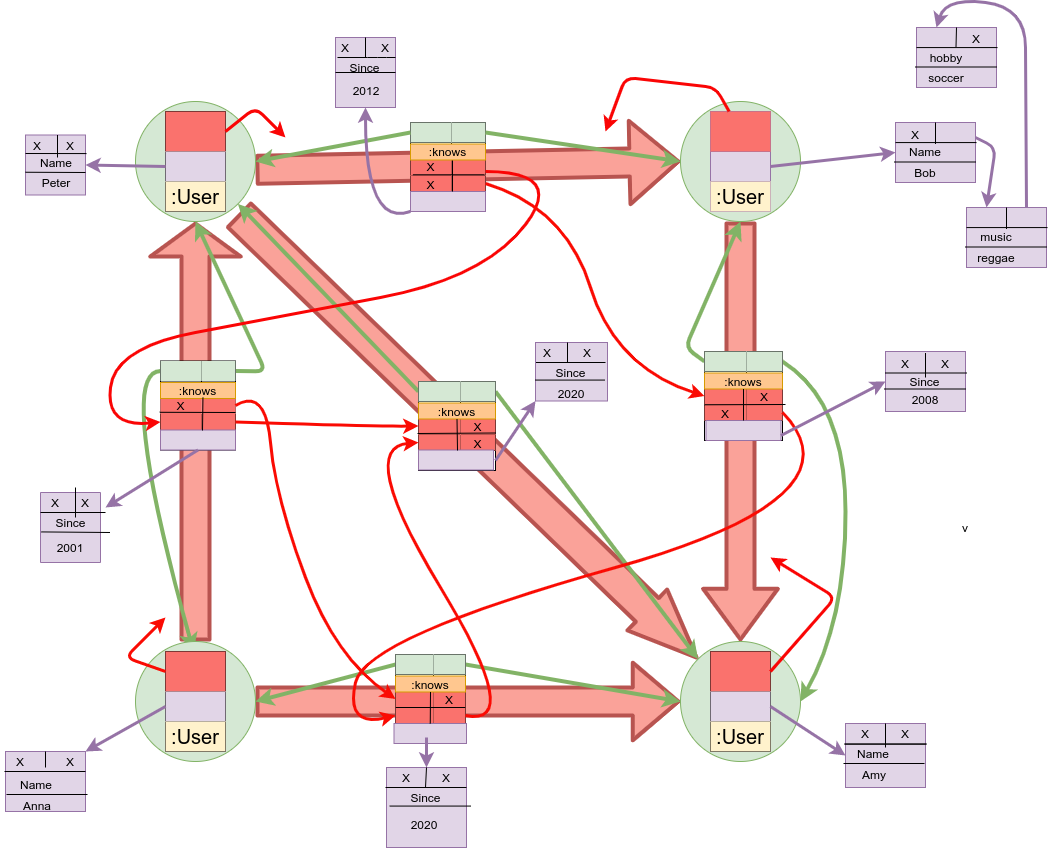
SomeUserName1/master keeps this draw.io diagram as doc/neo4jstorage/img/04_example/example_structs.png. Above is the earlier version. Source tidied: cells renumbered, new cells last; positions are measured from the earlier drawing's top-left corner, leaving out a move shared by most shapes.
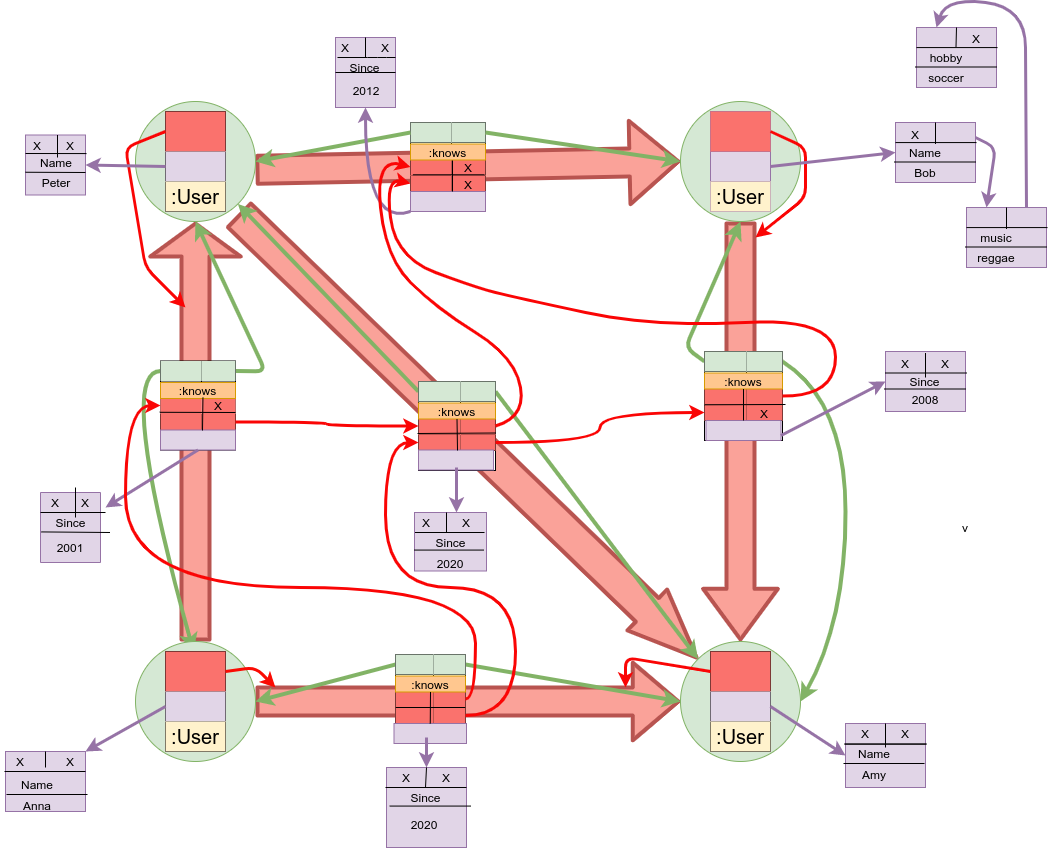
After the change.

What changed in the source:
```diff
@@ -48,6 +48,6 @@
     </mxCell>
-    <mxCell id="16" value="X" style="shape=partialRectangle;html=1;whiteSpace=wrap;top=0;left=0;bottom=0;right=0;overflow=hidden;strokeColor=#b85450;fillColor=#FA726D;" parent="15" vertex="1">
+    <mxCell id="16" style="shape=partialRectangle;html=1;whiteSpace=wrap;top=0;left=0;bottom=0;right=0;overflow=hidden;strokeColor=#b85450;fillColor=#FA726D;" parent="15" vertex="1">
       <mxGeometry width="41" height="17" as="geometry" />
     </mxCell>
-    <mxCell id="17" style="shape=partialRectangle;html=1;whiteSpace=wrap;top=0;left=0;bottom=0;right=0;overflow=hidden;strokeColor=#b85450;fillColor=#FA726D;" parent="15" vertex="1">
+    <mxCell id="17" value="X" style="shape=partialRectangle;html=1;whiteSpace=wrap;top=0;left=0;bottom=0;right=0;overflow=hidden;strokeColor=#b85450;fillColor=#FA726D;" parent="15" vertex="1">
       <mxGeometry x="41" width="34" height="17" as="geometry" />
@@ -57,6 +57,6 @@
     </mxCell>
-    <mxCell id="19" value="X" style="shape=partialRectangle;html=1;whiteSpace=wrap;top=0;left=0;bottom=0;right=0;overflow=hidden;strokeColor=#b85450;fillColor=#FA726D;" parent="18" vertex="1">
+    <mxCell id="19" style="shape=partialRectangle;html=1;whiteSpace=wrap;top=0;left=0;bottom=0;right=0;overflow=hidden;strokeColor=#b85450;fillColor=#FA726D;" parent="18" vertex="1">
       <mxGeometry width="41" height="16" as="geometry" />
     </mxCell>
-    <mxCell id="20" style="shape=partialRectangle;html=1;whiteSpace=wrap;top=0;left=0;bottom=0;right=0;overflow=hidden;strokeColor=#b85450;fillColor=#FA726D;" parent="18" vertex="1">
+    <mxCell id="20" value="X" style="shape=partialRectangle;html=1;whiteSpace=wrap;top=0;left=0;bottom=0;right=0;overflow=hidden;strokeColor=#b85450;fillColor=#FA726D;" parent="18" vertex="1">
       <mxGeometry x="41" width="34" height="16" as="geometry" />
@@ -246,3 +246,3 @@
     </mxCell>
-    <mxCell id="76" value="X" style="shape=partialRectangle;html=1;whiteSpace=wrap;top=0;left=0;bottom=0;right=0;overflow=hidden;strokeColor=#b85450;fillColor=#FA726D;" parent="74" vertex="1">
+    <mxCell id="76" style="shape=partialRectangle;html=1;whiteSpace=wrap;top=0;left=0;bottom=0;right=0;overflow=hidden;strokeColor=#b85450;fillColor=#FA726D;" parent="74" vertex="1">
       <mxGeometry x="42" width="36" height="17" as="geometry" />
@@ -252,6 +252,6 @@
     </mxCell>
-    <mxCell id="78" value="X" style="shape=partialRectangle;html=1;whiteSpace=wrap;top=0;left=0;bottom=0;right=0;overflow=hidden;strokeColor=#b85450;fillColor=#FA726D;" parent="77" vertex="1">
+    <mxCell id="78" style="shape=partialRectangle;html=1;whiteSpace=wrap;top=0;left=0;bottom=0;right=0;overflow=hidden;strokeColor=#b85450;fillColor=#FA726D;" parent="77" vertex="1">
       <mxGeometry width="42" height="16" as="geometry" />
     </mxCell>
-    <mxCell id="79" style="shape=partialRectangle;html=1;whiteSpace=wrap;top=0;left=0;bottom=0;right=0;overflow=hidden;strokeColor=#b85450;fillColor=#FA726D;" parent="77" vertex="1">
+    <mxCell id="79" value="X" style="shape=partialRectangle;html=1;whiteSpace=wrap;top=0;left=0;bottom=0;right=0;overflow=hidden;strokeColor=#b85450;fillColor=#FA726D;" parent="77" vertex="1">
       <mxGeometry x="42" width="36" height="16" as="geometry" />
@@ -297,3 +297,3 @@
     </mxCell>
-    <mxCell id="93" value="X" style="shape=partialRectangle;html=1;whiteSpace=wrap;top=0;left=0;bottom=0;right=0;overflow=hidden;strokeColor=#b85450;fillColor=#FA726D;" parent="91" vertex="1">
+    <mxCell id="93" style="shape=partialRectangle;html=1;whiteSpace=wrap;top=0;left=0;bottom=0;right=0;overflow=hidden;strokeColor=#b85450;fillColor=#FA726D;" parent="91" vertex="1">
       <mxGeometry x="38" width="32" height="17" as="geometry" />
@@ -348,3 +348,3 @@
     </mxCell>
-    <mxCell id="110" value="X" style="shape=partialRectangle;html=1;whiteSpace=wrap;top=0;left=0;bottom=0;right=0;overflow=hidden;strokeColor=#b85450;fillColor=#FA726D;" parent="108" vertex="1">
+    <mxCell id="110" style="shape=partialRectangle;html=1;whiteSpace=wrap;top=0;left=0;bottom=0;right=0;overflow=hidden;strokeColor=#b85450;fillColor=#FA726D;" parent="108" vertex="1">
       <mxGeometry x="42" width="35" height="17" as="geometry" />
@@ -357,3 +357,3 @@
     </mxCell>
-    <mxCell id="113" value="X" style="shape=partialRectangle;html=1;whiteSpace=wrap;top=0;left=0;bottom=0;right=0;overflow=hidden;strokeColor=#b85450;fillColor=#FA726D;" parent="111" vertex="1">
+    <mxCell id="113" style="shape=partialRectangle;html=1;whiteSpace=wrap;top=0;left=0;bottom=0;right=0;overflow=hidden;strokeColor=#b85450;fillColor=#FA726D;" parent="111" vertex="1">
       <mxGeometry x="42" width="35" height="16" as="geometry" />
@@ -396,6 +396,6 @@
     </mxCell>
-    <mxCell id="126" value="X" style="shape=partialRectangle;html=1;whiteSpace=wrap;top=0;left=0;bottom=0;right=0;overflow=hidden;strokeColor=#b85450;fillColor=#FA726D;" parent="125" vertex="1">
+    <mxCell id="126" style="shape=partialRectangle;html=1;whiteSpace=wrap;top=0;left=0;bottom=0;right=0;overflow=hidden;strokeColor=#b85450;fillColor=#FA726D;" parent="125" vertex="1">
       <mxGeometry width="41" height="17" as="geometry" />
     </mxCell>
-    <mxCell id="127" style="shape=partialRectangle;html=1;whiteSpace=wrap;top=0;left=0;bottom=0;right=0;overflow=hidden;fillColor=#FA726D;" parent="125" vertex="1">
+    <mxCell id="127" value="X" style="shape=partialRectangle;html=1;whiteSpace=wrap;top=0;left=0;bottom=0;right=0;overflow=hidden;fillColor=#FA726D;" parent="125" vertex="1">
       <mxGeometry x="41" width="34" height="17" as="geometry" />
@@ -423,7 +423,8 @@
     </mxCell>
-    <mxCell id="135" style="endArrow=classic;html=1;strokeWidth=3;fillColor=#FAA299;gradientColor=#ffffff;exitX=1;exitY=0.5;exitDx=0;exitDy=0;strokeColor=#FA0505;" parent="1" edge="1" source="26">
+    <mxCell id="135" style="endArrow=classic;html=1;strokeWidth=3;fillColor=#FAA299;gradientColor=#ffffff;exitX=0;exitY=0.5;exitDx=0;exitDy=0;strokeColor=#FA0505;" parent="1" edge="1" source="26">
       <mxGeometry relative="1" as="geometry">
-        <mxPoint x="285" y="140" as="targetPoint" />
+        <mxPoint x="185" y="310" as="targetPoint" />
         <Array as="points">
-          <mxPoint x="255" y="110" />
+          <mxPoint x="125" y="150" />
+          <mxPoint x="145" y="270" />
         </Array>
@@ -431,8 +432,8 @@
     </mxCell>
-    <mxCell id="136" style="endArrow=classic;html=1;strokeWidth=3;fillColor=#FAA299;gradientColor=#ffffff;strokeColor=#FA0505;" parent="1" edge="1" source="60">
+    <mxCell id="136" style="endArrow=classic;html=1;strokeWidth=3;fillColor=#FAA299;gradientColor=#ffffff;strokeColor=#FA0505;exitX=1;exitY=0.5;exitDx=0;exitDy=0;" parent="1" edge="1" source="60">
       <mxGeometry relative="1" as="geometry">
-        <mxPoint x="605" y="134" as="targetPoint" />
+        <mxPoint x="755" y="240" as="targetPoint" />
         <Array as="points">
-          <mxPoint x="715" y="90" />
-          <mxPoint x="625" y="80" />
+          <mxPoint x="805" y="150" />
+          <mxPoint x="805" y="200" />
         </Array>
@@ -455,7 +456,7 @@
     </mxCell>
-    <mxCell id="142" style="endArrow=classic;html=1;strokeWidth=3;fillColor=#FAA299;gradientColor=#ffffff;exitX=1;exitY=0.5;exitDx=0;exitDy=0;strokeColor=#FA0505;" parent="1" edge="1" source="52">
+    <mxCell id="142" style="endArrow=classic;html=1;strokeWidth=3;fillColor=#FAA299;gradientColor=#ffffff;exitX=0;exitY=0.5;exitDx=0;exitDy=0;strokeColor=#FA0505;" parent="1" edge="1" source="52">
       <mxGeometry relative="1" as="geometry">
-        <mxPoint x="770" y="560" as="targetPoint" />
+        <mxPoint x="625" y="690" as="targetPoint" />
         <Array as="points">
-          <mxPoint x="835" y="600" />
+          <mxPoint x="625" y="660" />
         </Array>
@@ -463,7 +464,7 @@
     </mxCell>
-    <mxCell id="143" style="endArrow=classic;html=1;strokeWidth=3;fillColor=#FAA299;gradientColor=#ffffff;exitX=0;exitY=0.5;exitDx=0;exitDy=0;strokeColor=#FA0B03;" parent="1" edge="1" source="44">
+    <mxCell id="143" style="endArrow=classic;html=1;strokeWidth=3;fillColor=#FAA299;gradientColor=#ffffff;exitX=1;exitY=0.5;exitDx=0;exitDy=0;strokeColor=#FA0B03;" parent="1" edge="1" source="44">
       <mxGeometry relative="1" as="geometry">
-        <mxPoint x="165" y="620" as="targetPoint" />
+        <mxPoint x="275" y="690" as="targetPoint" />
         <Array as="points">
-          <mxPoint x="125" y="660" />
+          <mxPoint x="255" y="670" />
         </Array>
@@ -471,14 +472,2 @@
     </mxCell>
-    <mxCell id="144" style="curved=1;endArrow=classic;html=1;strokeWidth=3;fillColor=#FAA299;gradientColor=#ffffff;entryX=0;entryY=0.5;entryDx=0;entryDy=0;strokeColor=#FA0505;" parent="1" edge="1" target="128">
-      <mxGeometry relative="1" as="geometry">
-        <mxPoint x="485" y="174" as="sourcePoint" />
-        <Array as="points">
-          <mxPoint x="565" y="174" />
-          <mxPoint x="485" y="280" />
-          <mxPoint x="275" y="320" />
-          <mxPoint x="115" y="350" />
-          <mxPoint x="105" y="430" />
-        </Array>
-      </mxGeometry>
-    </mxCell>
     <mxCell id="145" style="endArrow=none;html=1;strokeWidth=1;fillColor=#FAA299;gradientColor=#ffffff;exitX=0.032;exitY=-0.045;exitDx=0;exitDy=0;exitPerimeter=0;" parent="1" edge="1">
@@ -529,43 +518,2 @@
     </mxCell>
-    <mxCell id="154" style="curved=1;endArrow=classic;html=1;strokeColor=#FA0B03;strokeWidth=3;fillColor=#FAA299;gradientColor=#ffffff;exitX=1;exitY=0.5;exitDx=0;exitDy=0;entryX=0;entryY=0.5;entryDx=0;entryDy=0;" parent="1" edge="1" source="128" target="108">
-      <mxGeometry relative="1" as="geometry">
-        <Array as="points">
-          <mxPoint x="375" y="429" />
-        </Array>
-      </mxGeometry>
-    </mxCell>
-    <mxCell id="155" style="curved=1;endArrow=classic;html=1;strokeColor=#FA0B03;strokeWidth=3;fillColor=#FAA299;gradientColor=#ffffff;exitX=1;exitY=0.5;exitDx=0;exitDy=0;entryX=0;entryY=0.5;entryDx=0;entryDy=0;" parent="1" edge="1" source="18" target="74">
-      <mxGeometry relative="1" as="geometry">
-        <Array as="points">
-          <mxPoint x="565" y="210" />
-          <mxPoint x="615" y="370" />
-        </Array>
-      </mxGeometry>
-    </mxCell>
-    <mxCell id="156" style="curved=1;endArrow=classic;html=1;strokeColor=#FA0B03;strokeWidth=3;fillColor=#FAA299;gradientColor=#ffffff;entryX=0;entryY=0.5;entryDx=0;entryDy=0;exitX=1;exitY=0.5;exitDx=0;exitDy=0;" parent="1" edge="1" source="77" target="94">
-      <mxGeometry relative="1" as="geometry">
-        <Array as="points">
-          <mxPoint x="865" y="500" />
-          <mxPoint x="365" y="640" />
-          <mxPoint x="345" y="730" />
-        </Array>
-      </mxGeometry>
-    </mxCell>
-    <mxCell id="157" style="curved=1;endArrow=classic;html=1;strokeColor=#FA0B03;strokeWidth=3;fillColor=#FAA299;gradientColor=#ffffff;exitX=1;exitY=0.5;exitDx=0;exitDy=0;entryX=0;entryY=0.5;entryDx=0;entryDy=0;" parent="1" edge="1" source="94" target="111">
-      <mxGeometry relative="1" as="geometry">
-        <Array as="points">
-          <mxPoint x="525" y="730" />
-          <mxPoint x="355" y="450" />
-        </Array>
-      </mxGeometry>
-    </mxCell>
-    <mxCell id="158" style="curved=1;endArrow=classic;html=1;strokeColor=#FA0B03;strokeWidth=3;fillColor=#FAA299;gradientColor=#ffffff;exitX=1;exitY=0.5;exitDx=0;exitDy=0;entryX=0;entryY=0.5;entryDx=0;entryDy=0;" parent="1" edge="1" source="125" target="91">
-      <mxGeometry relative="1" as="geometry">
-        <Array as="points">
-          <mxPoint x="265" y="390" />
-          <mxPoint x="275" y="500" />
-          <mxPoint x="335" y="660" />
-        </Array>
-      </mxGeometry>
-    </mxCell>
     <mxCell id="159" style="rounded=0;whiteSpace=wrap;html=1;shadow=0;sketch=0;strokeColor=#9673a6;strokeWidth=1;fillColor=#e1d5e7;" parent="1" vertex="1">
@@ -592,3 +540,3 @@
     <mxCell id="166" style="rounded=0;whiteSpace=wrap;html=1;shadow=0;sketch=0;strokeColor=#9673a6;strokeWidth=1;fillColor=#e1d5e7;" parent="1" vertex="1">
-      <mxGeometry x="535" y="345" width="72" height="58.5" as="geometry" />
+      <mxGeometry x="414" y="515" width="72" height="58.5" as="geometry" />
     </mxCell>
@@ -610,6 +558,6 @@
     <mxCell id="172" value="X" style="text;html=1;strokeColor=none;fillColor=none;align=center;verticalAlign=middle;whiteSpace=wrap;rounded=0;shadow=0;sketch=0;" parent="1" vertex="1">
-      <mxGeometry x="527" y="345" width="40" height="20" as="geometry" />
+      <mxGeometry x="406" y="515" width="40" height="20" as="geometry" />
     </mxCell>
     <mxCell id="173" value="X" style="text;html=1;strokeColor=none;fillColor=none;align=center;verticalAlign=middle;whiteSpace=wrap;rounded=0;shadow=0;sketch=0;" parent="1" vertex="1">
-      <mxGeometry x="567" y="345" width="40" height="20" as="geometry" />
+      <mxGeometry x="446" y="515" width="40" height="20" as="geometry" />
     </mxCell>
@@ -645,4 +593,6 @@
     </mxCell>
-    <mxCell id="182" style="endArrow=classic;html=1;strokeColor=#9673a6;strokeWidth=3;fillColor=#e1d5e7;entryX=0;entryY=1;entryDx=0;entryDy=0;exitX=1;exitY=0.5;exitDx=0;exitDy=0;" parent="1" edge="1" source="114" target="166">
-      <mxGeometry relative="1" as="geometry" />
+    <mxCell id="182" style="endArrow=classic;html=1;strokeColor=#9673a6;strokeWidth=3;fillColor=#e1d5e7;entryX=0.25;entryY=0;entryDx=0;entryDy=0;" parent="1" edge="1" target="173">
+      <mxGeometry relative="1" as="geometry">
+        <mxPoint x="456" y="470" as="sourcePoint" />
+      </mxGeometry>
     </mxCell>
@@ -687,4 +637,4 @@
       <mxGeometry relative="1" as="geometry">
-        <mxPoint x="535.5" y="365" as="sourcePoint" />
-        <mxPoint x="605" y="365" as="targetPoint" />
+        <mxPoint x="414.5" y="535" as="sourcePoint" />
+        <mxPoint x="484" y="535" as="targetPoint" />
       </mxGeometry>
@@ -779,3 +729,3 @@
     <mxCell id="211" value="Since" style="text;html=1;strokeColor=none;fillColor=none;align=center;verticalAlign=middle;whiteSpace=wrap;rounded=0;shadow=0;sketch=0;" parent="1" vertex="1">
-      <mxGeometry x="531.5" y="365" width="79" height="20" as="geometry" />
+      <mxGeometry x="410.5" y="535" width="79" height="20" as="geometry" />
     </mxCell>
@@ -807,4 +757,4 @@
       <mxGeometry relative="1" as="geometry">
-        <mxPoint x="535" y="382.6" as="sourcePoint" />
-        <mxPoint x="604.5" y="382.6" as="targetPoint" />
+        <mxPoint x="414" y="552.6" as="sourcePoint" />
+        <mxPoint x="483.5" y="552.6" as="targetPoint" />
       </mxGeometry>
@@ -823,3 +773,3 @@
     <mxCell id="222" value="2020" style="text;html=1;strokeColor=none;fillColor=none;align=center;verticalAlign=middle;whiteSpace=wrap;rounded=0;shadow=0;sketch=0;" parent="1" vertex="1">
-      <mxGeometry x="551" y="385.5" width="40" height="20" as="geometry" />
+      <mxGeometry x="430" y="555.5" width="40" height="20" as="geometry" />
     </mxCell>
@@ -963,2 +913,52 @@
     </mxCell>
+    <mxCell id="154" style="edgeStyle=orthogonalEdgeStyle;rounded=0;jettySize=auto;html=1;exitX=1;exitY=0.5;exitDx=0;exitDy=0;entryX=0;entryY=0.5;entryDx=0;entryDy=0;fillColor=#f8cecc;strokeColor=#FA0505;strokeWidth=3;curved=1;" parent="1" edge="1" source="128" target="108">
+      <mxGeometry relative="1" as="geometry" />
+    </mxCell>
+    <mxCell id="144" style="curved=1;endArrow=classic;html=1;strokeWidth=3;fillColor=#FAA299;gradientColor=#ffffff;entryX=0;entryY=0.5;entryDx=0;entryDy=0;strokeColor=#FA0505;exitX=1;exitY=0.5;exitDx=0;exitDy=0;" parent="1" edge="1" source="108" target="15">
+      <mxGeometry relative="1" as="geometry">
+        <Array as="points">
+          <mxPoint x="525" y="420" />
+          <mxPoint x="515" y="360" />
+          <mxPoint x="435" y="310" />
+          <mxPoint x="385" y="260" />
+          <mxPoint x="375" y="160" />
+        </Array>
+      </mxGeometry>
+    </mxCell>
+    <mxCell id="256" style="curved=1;endArrow=classic;html=1;strokeWidth=3;fillColor=#FAA299;gradientColor=#ffffff;strokeColor=#FA0505;exitX=1;exitY=0.5;exitDx=0;exitDy=0;entryX=0;entryY=0.5;entryDx=0;entryDy=0;" parent="1" edge="1" source="74" target="18">
+      <mxGeometry relative="1" as="geometry">
+        <Array as="points">
+          <mxPoint x="835" y="399" />
+          <mxPoint x="835" y="320" />
+          <mxPoint x="655" y="330" />
+          <mxPoint x="515" y="300" />
+          <mxPoint x="475" y="290" />
+          <mxPoint x="395" y="260" />
+          <mxPoint x="385" y="180" />
+        </Array>
+      </mxGeometry>
+    </mxCell>
+    <mxCell id="257" style="edgeStyle=orthogonalEdgeStyle;curved=1;rounded=0;jettySize=auto;html=1;exitX=1;exitY=0.5;exitDx=0;exitDy=0;entryX=0;entryY=0.5;entryDx=0;entryDy=0;strokeColor=#FA0505;strokeWidth=3;" parent="1" edge="1" source="111" target="77">
+      <mxGeometry relative="1" as="geometry" />
+    </mxCell>
+    <mxCell id="258" style="edgeStyle=orthogonalEdgeStyle;curved=1;rounded=0;jettySize=auto;html=1;exitX=1;exitY=0.5;exitDx=0;exitDy=0;entryX=0;entryY=0.5;entryDx=0;entryDy=0;strokeColor=#FA0505;strokeWidth=3;" parent="1" edge="1" source="91" target="125">
+      <mxGeometry relative="1" as="geometry">
+        <Array as="points">
+          <mxPoint x="475" y="702" />
+          <mxPoint x="475" y="590" />
+          <mxPoint x="125" y="590" />
+          <mxPoint x="125" y="408" />
+        </Array>
+      </mxGeometry>
+    </mxCell>
+    <mxCell id="157" style="edgeStyle=orthogonalEdgeStyle;curved=1;rounded=0;jettySize=auto;html=1;exitX=1;exitY=0.5;exitDx=0;exitDy=0;entryX=0;entryY=0.5;entryDx=0;entryDy=0;strokeColor=#FA0505;strokeWidth=3;" parent="1" edge="1" source="94" target="111">
+      <mxGeometry relative="1" as="geometry">
+        <Array as="points">
+          <mxPoint x="515" y="718" />
+          <mxPoint x="515" y="590" />
+          <mxPoint x="385" y="590" />
+          <mxPoint x="385" y="445" />
+        </Array>
+      </mxGeometry>
+    </mxCell>
   </root>
```
